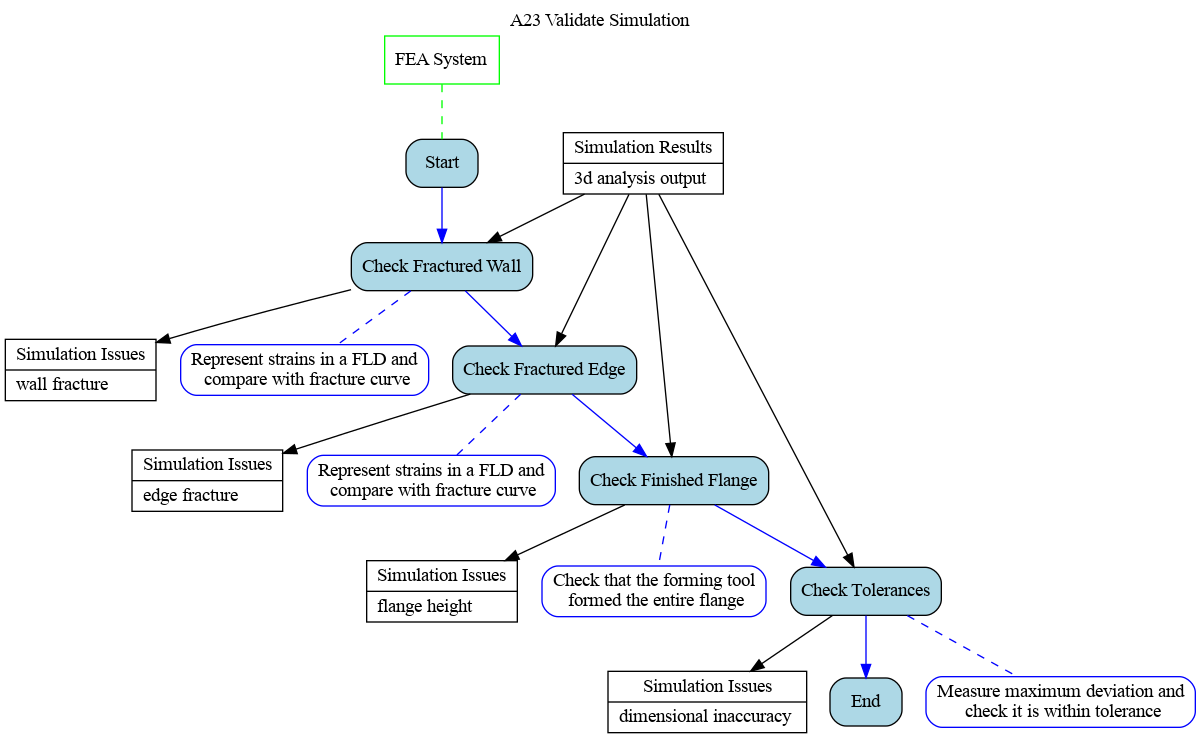
Above: Ontology_Layer/Behaviour_Model/05_A23.gv.png in ModelsforManufacturing/hole-flanging-by-SPIF-in-a-single-stage (Graphviz), before the change. Its source is kept beside it as Ontology_Layer/Behaviour_Model/05_A23.gv. The source it was exported from:
```dot
digraph behaviourmodel {


labelloc="t"
label="A23 Validate Simulation"

node [shape=record, style=filled, fillcolor=white, color=black]
sim_res [label="{Simulation Results | 3d analysis output \l}"]
sim_iss_h [label="{Simulation Issues | flange height \l}"]
sim_iss_inac [label="{Simulation Issues | dimensional inaccuracy \l}"]
sim_iss_wall [label="{Simulation Issues | wall fracture \l}"]
sim_iss_edge [label="{Simulation Issues | edge fracture \l}"]

node [shape=box, style=filled, fillcolor=white, color=green]
fea [label="FEA System"]

node [shape=box, style="filled, rounded", fillcolor=lightblue, color=black]
Start
t1 [label="Check Fractured Wall"]
t2 [label="Check Fractured Edge"]
t3 [label="Check Finished Flange"]
t4 [label="Check Tolerances"]
End

node [shape=box, style="filled, rounded", fillcolor=white, color=blue]
r1 [label="Represent strains in a FLD and\n compare with fracture curve"]
r2 [label="Represent strains in a FLD and\n compare with fracture curve"]
r3 [label="Check that the forming tool\n formed the entire flange"]
r4 [label="Measure maximum deviation and\n check it is within tolerance"]

edge [dir=none, color=blue, style=dashed]
t1 -> r1
t2 -> r2
t3 -> r3
t4 -> r4

edge [dir=forward, color=blue, fontcolor=blue, style=solid]
Start -> t1
t1 -> t2
t2 -> t3
t3 -> t4
t4 -> End

edge [dir=none, color=green, style=dashed]
fea -> Start

edge [dir=forward, color=black, fontcolor=black, style=solid]
sim_res -> {t1, t2, t3, t4}
t1 -> sim_iss_wall
t2 -> sim_iss_edge
t3 -> sim_iss_h
t4 -> sim_iss_inac
}
```
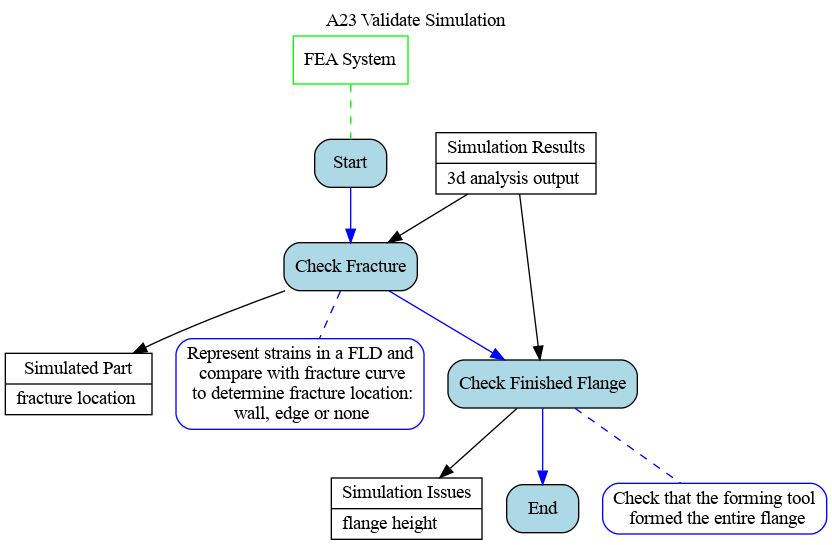
Above is the later version.

Change to the diagram source:
```diff
@@ -7,47 +7,36 @@
 node [shape=record, style=filled, fillcolor=white, color=black]
 sim_res [label="{Simulation Results | 3d analysis output \l}"]
 sim_iss_h [label="{Simulation Issues | flange height \l}"]
-sim_iss_inac [label="{Simulation Issues | dimensional inaccuracy \l}"]
-sim_iss_wall [label="{Simulation Issues | wall fracture \l}"]
-sim_iss_edge [label="{Simulation Issues | edge fracture \l}"]
+sim_part [label="{Simulated Part | fracture location \l}"]
+
 
 node [shape=box, style=filled, fillcolor=white, color=green]
 fea [label="FEA System"]
 
 node [shape=box, style="filled, rounded", fillcolor=lightblue, color=black]
 Start
-t1 [label="Check Fractured Wall"]
-t2 [label="Check Fractured Edge"]
-t3 [label="Check Finished Flange"]
-t4 [label="Check Tolerances"]
+t1 [label="Check Fracture"]
+t2 [label="Check Finished Flange"]
 End
 
 node [shape=box, style="filled, rounded", fillcolor=white, color=blue]
-r1 [label="Represent strains in a FLD and\n compare with fracture curve"]
-r2 [label="Represent strains in a FLD and\n compare with fracture curve"]
-r3 [label="Check that the forming tool\n formed the entire flange"]
-r4 [label="Measure maximum deviation and\n check it is within tolerance"]
+r1 [label="Represent strains in a FLD and\n compare with fracture curve\n to determine fracture location:\n wall, edge or none"]
+r2 [label="Check that the forming tool\n formed the entire flange"]
 
 edge [dir=none, color=blue, style=dashed]
 t1 -> r1
 t2 -> r2
-t3 -> r3
-t4 -> r4
 
 edge [dir=forward, color=blue, fontcolor=blue, style=solid]
 Start -> t1
 t1 -> t2
-t2 -> t3
-t3 -> t4
-t4 -> End
+t2 -> End
 
 edge [dir=none, color=green, style=dashed]
 fea -> Start
 
 edge [dir=forward, color=black, fontcolor=black, style=solid]
-sim_res -> {t1, t2, t3, t4}
-t1 -> sim_iss_wall
-t2 -> sim_iss_edge
-t3 -> sim_iss_h
-t4 -> sim_iss_inac
+sim_res -> {t1, t2}
+t1 -> sim_part
+t2 -> sim_iss_h
 }
```
